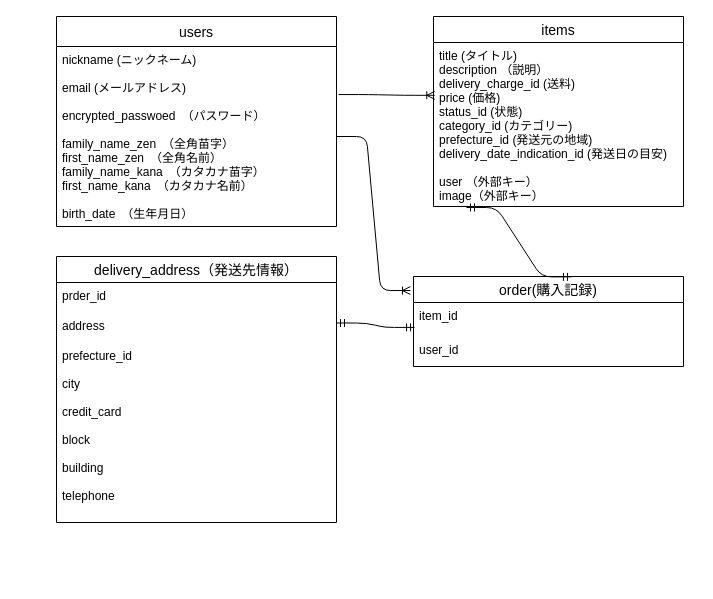
Earlier version of the draw.io diagram db/detabase.dio (Drbeer-miyako/furima-35247). Source tidied: cells renumbered, new cells numbered last; positions are measured from the earlier drawing's top-left corner, leaving out a move shared by most shapes. Both pictures are drawn from the tidied source at 100%, with x=0, y=0 at pixel (56, 16).
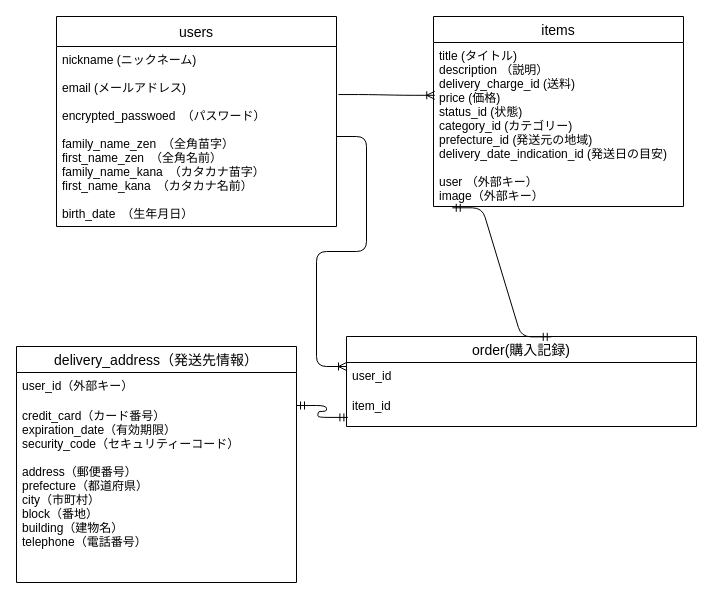
Above is the later version.

Change to the diagram source:
```diff
@@
 <mxGraphModel>
   <root>
     <mxCell id="0" />
     <mxCell id="1" parent="0" />
     <mxCell id="2" value="users" style="swimlane;fontStyle=0;horizontal=1;startSize=30;align=center;fontSize=14;" parent="1" vertex="1">
       <mxGeometry width="280" height="210" as="geometry" />
     </mxCell>
     <mxCell id="3" value="nickname (ニックネーム)&#10;&#10;email (メールアドレス)&#10;&#10;encrypted_passwoed　（パスワード）&#10;&#10;family_name_zen　（全角苗字）&#10;first_name_zen　（全角名前）&#10;family_name_kana　（カタカナ苗字）&#10;first_name_kana　（カタカナ名前）&#10;&#10;birth_date　（生年月日）&#10;&#10;" style="text;strokeColor=none;fillColor=none;spacingLeft=4;spacingRight=4;overflow=hidden;points=[[0,0.5],[1,0.5]];portConstraint=eastwest;fontSize=12;" parent="2" vertex="1">
       <mxGeometry y="30" width="280" height="180" as="geometry" />
     </mxCell>
     <mxCell id="4" value="items" style="swimlane;fontStyle=0;horizontal=1;startSize=26;align=center;fontSize=14;" parent="1" vertex="1">
       <mxGeometry x="377" width="250" height="190" as="geometry" />
     </mxCell>
     <mxCell id="5" value="title (タイトル)&#10;description （説明）&#10;delivery_charge_id (送料)&#10;price (価格)&#10;status_id (状態)&#10;category_id (カテゴリー)&#10;prefecture_id (発送元の地域)&#10;delivery_date_indication_id (発送日の目安)&#10;&#10;user （外部キー）&#10;image（外部キー）" style="text;strokeColor=none;fillColor=none;spacingLeft=4;spacingRight=4;overflow=hidden;points=[[0,0.5],[1,0.5]];portConstraint=eastwest;fontSize=12;strokeWidth=1;" parent="4" vertex="1">
       <mxGeometry y="26" width="250" height="164" as="geometry" />
     </mxCell>
     <mxCell id="6" value="order(購入記録)" style="swimlane;fontStyle=0;horizontal=1;startSize=26;align=center;fontSize=14;strokeWidth=1;" parent="1" vertex="1">
-      <mxGeometry x="357" y="260" width="270" height="90" as="geometry" />
+      <mxGeometry x="290" y="320" width="350" height="90" as="geometry" />
     </mxCell>
+    <mxCell id="8" value="user_id" style="text;strokeColor=none;fillColor=none;spacingLeft=4;spacingRight=4;overflow=hidden;points=[[0,0.5],[1,0.5]];portConstraint=eastwest;fontSize=12;" parent="6" vertex="1">
+      <mxGeometry y="26" width="350" height="30" as="geometry" />
+    </mxCell>
     <mxCell id="7" value="item_id" style="text;strokeColor=none;fillColor=none;spacingLeft=4;spacingRight=4;overflow=hidden;points=[[0,0.5],[1,0.5]];portConstraint=eastwest;fontSize=12;" parent="6" vertex="1">
-      <mxGeometry y="26" width="270" height="34" as="geometry" />
+      <mxGeometry y="56" width="350" height="34" as="geometry" />
     </mxCell>
-    <mxCell id="8" value="user_id" style="text;strokeColor=none;fillColor=none;spacingLeft=4;spacingRight=4;overflow=hidden;points=[[0,0.5],[1,0.5]];portConstraint=eastwest;fontSize=12;" parent="6" vertex="1">
-      <mxGeometry y="60" width="270" height="30" as="geometry" />
-    </mxCell>
     <mxCell id="9" value="delivery_address（発送先情報）" style="swimlane;fontStyle=0;horizontal=1;startSize=26;align=center;fontSize=14;" parent="1" vertex="1">
-      <mxGeometry y="240" width="280" height="266" as="geometry" />
+      <mxGeometry x="-40" y="330" width="280" height="236" as="geometry" />
     </mxCell>
-    <mxCell id="10" value="prder_id&#10;" style="text;strokeColor=none;fillColor=none;spacingLeft=4;spacingRight=4;overflow=hidden;fontSize=12;" parent="9" vertex="1">
+    <mxCell id="10" value="user_id（外部キー）&#10;" style="text;strokeColor=none;fillColor=none;spacingLeft=4;spacingRight=4;overflow=hidden;fontSize=12;" parent="9" vertex="1">
       <mxGeometry y="26" width="280" height="30" as="geometry" />
     </mxCell>
-    <mxCell id="11" value="address" style="text;strokeColor=none;fillColor=none;spacingLeft=4;spacingRight=4;overflow=hidden;fontSize=12;" parent="9" vertex="1">
-      <mxGeometry y="56" width="280" height="30" as="geometry" />
-    </mxCell>
-    <mxCell id="12" value="prefecture_id&#10;&#10;city&#10;&#10;credit_card&#10;&#10;block&#10;&#10;building&#10;&#10;telephone" style="text;strokeColor=none;fillColor=none;spacingLeft=4;spacingRight=4;overflow=hidden;fontSize=12;" parent="9" vertex="1">
-      <mxGeometry y="86" width="280" height="180" as="geometry" />
+    <mxCell id="12" value="credit_card（カード番号）&#10;expiration_date（有効期限）&#10;security_code（セキュリティーコード）&#10;&#10;address（郵便番号）&#10;prefecture（都道府県）&#10;city（市町村）&#10;block（番地）&#10;building（建物名）&#10;telephone（電話番号）" style="text;strokeColor=none;fillColor=none;spacingLeft=4;spacingRight=4;overflow=hidden;fontSize=12;" parent="9" vertex="1">
+      <mxGeometry y="56" width="280" height="180" as="geometry" />
     </mxCell>
     <mxCell id="13" style="edgeStyle=entityRelationEdgeStyle;fontSize=12;html=1;endArrow=ERoneToMany;exitX=1.007;exitY=0.267;exitDx=0;exitDy=0;exitPerimeter=0;entryX=0.005;entryY=0.322;entryDx=0;entryDy=0;entryPerimeter=0;" parent="1" edge="1" source="3" target="5">
       <mxGeometry relative="1" as="geometry" />
     </mxCell>
-    <mxCell id="14" style="edgeStyle=entityRelationEdgeStyle;fontSize=12;html=1;endArrow=ERmandOne;startArrow=ERmandOne;entryX=0.585;entryY=0.004;entryDx=0;entryDy=0;entryPerimeter=0;" parent="1" edge="1" target="6">
-      <mxGeometry relative="1" as="geometry">
-        <mxPoint x="410" y="191" as="sourcePoint" />
-      </mxGeometry>
+    <mxCell id="14" style="edgeStyle=entityRelationEdgeStyle;fontSize=12;html=1;endArrow=ERmandOne;startArrow=ERmandOne;exitX=0.075;exitY=1.008;exitDx=0;exitDy=0;exitPerimeter=0;entryX=0.585;entryY=0.004;entryDx=0;entryDy=0;entryPerimeter=0;" parent="1" edge="1" source="5" target="6">
+      <mxGeometry relative="1" as="geometry" />
     </mxCell>
-    <mxCell id="15" style="edgeStyle=entityRelationEdgeStyle;fontSize=12;html=1;endArrow=ERoneToMany;exitX=1;exitY=0.5;exitDx=0;exitDy=0;entryX=-0.011;entryY=0.156;entryDx=0;entryDy=0;entryPerimeter=0;" parent="1" edge="1" source="3" target="6">
+    <mxCell id="15" style="edgeStyle=entityRelationEdgeStyle;fontSize=12;html=1;endArrow=ERoneToMany;exitX=1;exitY=0.5;exitDx=0;exitDy=0;entryX=0;entryY=0.133;entryDx=0;entryDy=0;entryPerimeter=0;" parent="1" edge="1" source="3" target="8">
       <mxGeometry relative="1" as="geometry" />
     </mxCell>
     <mxCell id="16" style="edgeStyle=entityRelationEdgeStyle;fontSize=12;html=1;endArrow=ERmandOne;startArrow=ERmandOne;exitX=1;exitY=0.25;exitDx=0;exitDy=0;entryX=0.004;entryY=0.733;entryDx=0;entryDy=0;entryPerimeter=0;" parent="1" edge="1" source="9" target="7">
       <mxGeometry relative="1" as="geometry" />
     </mxCell>
   </root>
 </mxGraphModel>
```
